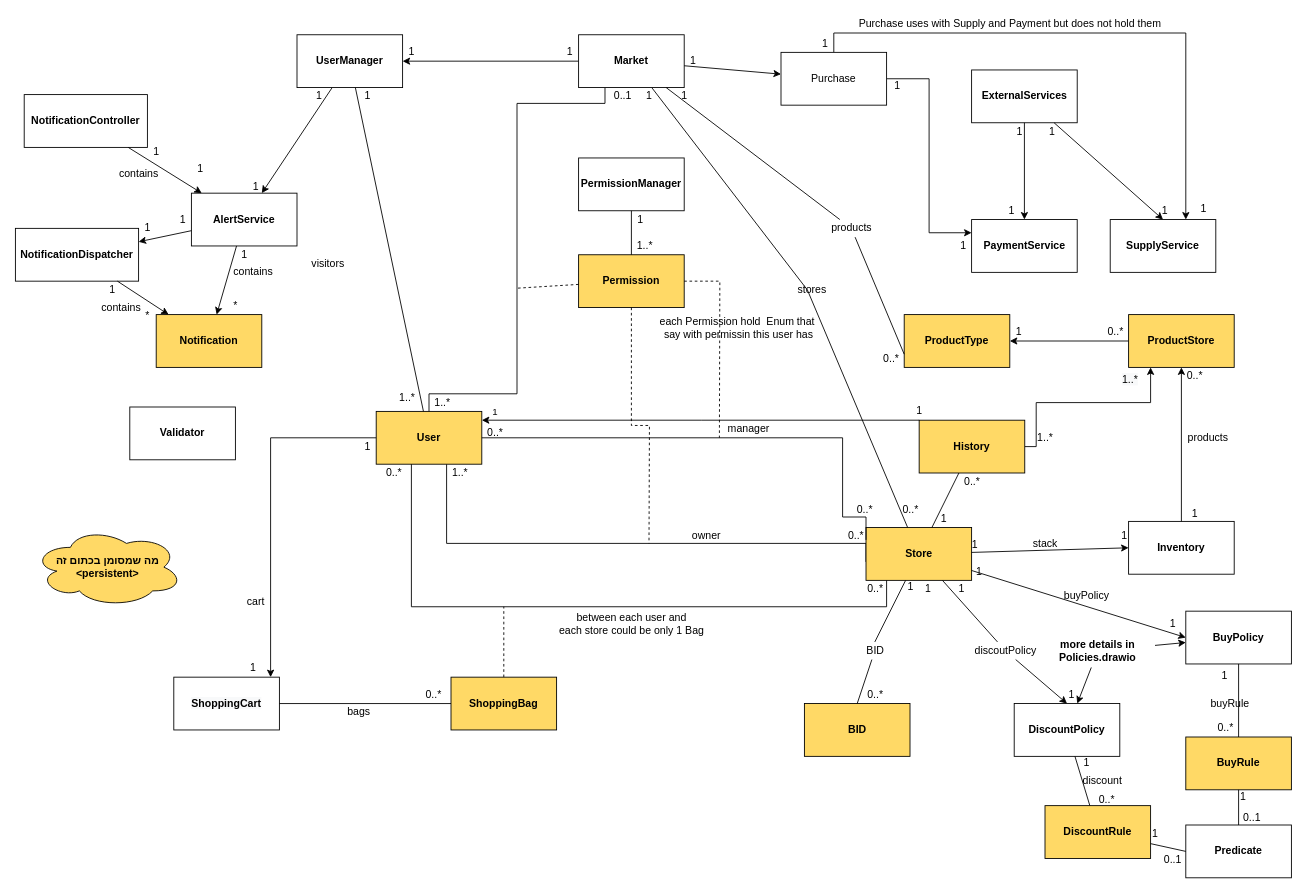
Above: Files/version 4 - files/white diagram.drawio in Sadna-Market/Market (draw.io), before the change. Source tidied: cells renumbered, new cells numbered last; positions are measured from the earlier drawing's top-left corner, leaving out a move shared by most shapes. Both pictures are drawn from the tidied source at 88%, with x=0, y=0 at pixel (15, 15).
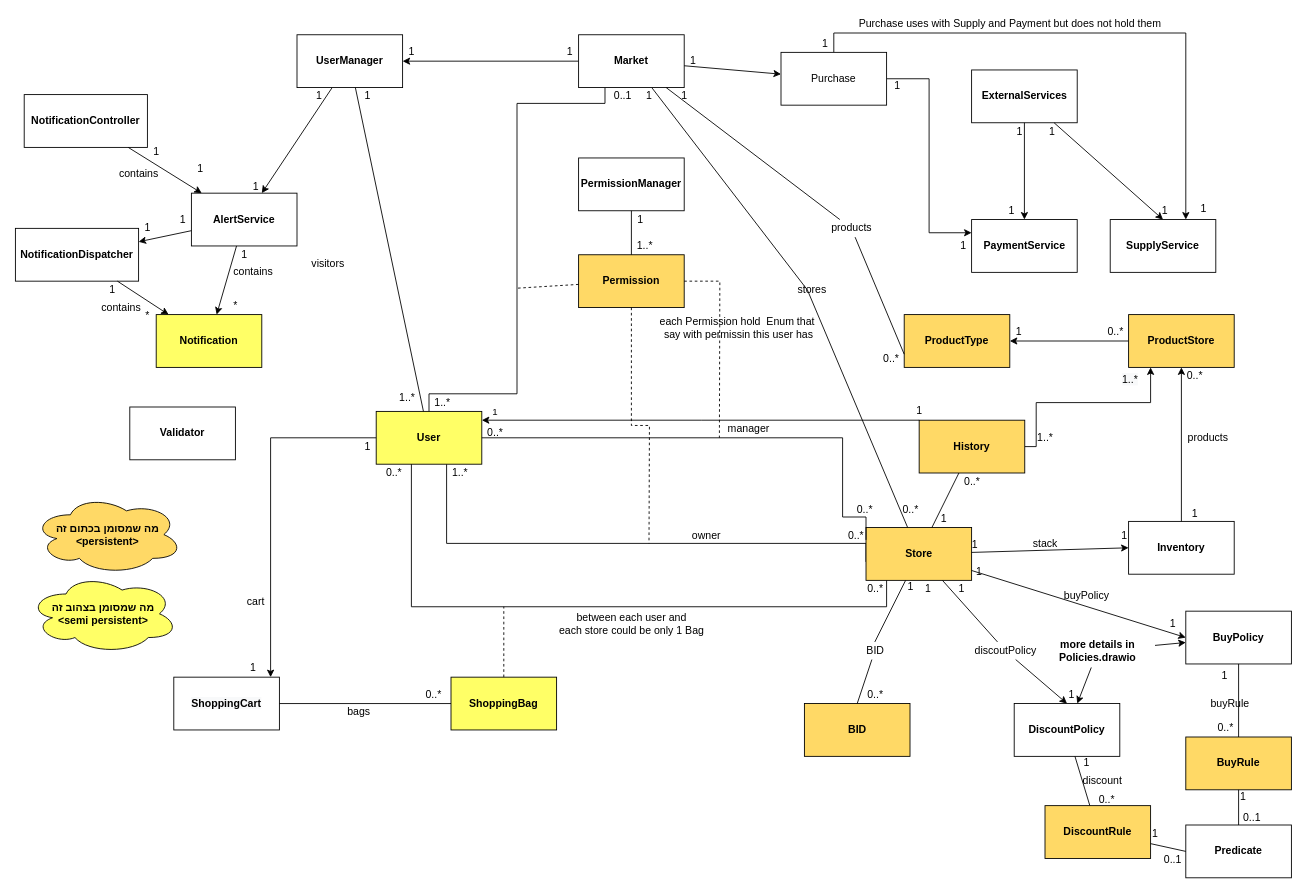
Above is the later version.

Commit message (it also covers changes not shown here):
update white diagram

The edit, as a diff of the source:
```diff
@@
-    <mxCell id="7" value="&lt;span style=&quot;font-weight: 700&quot;&gt;User&lt;/span&gt;" style="rounded=0;whiteSpace=wrap;html=1;fillColor=#FFD966;" parent="1" vertex="1">
+    <mxCell id="7" value="&lt;span style=&quot;font-weight: 700&quot;&gt;User&lt;/span&gt;" style="rounded=0;whiteSpace=wrap;html=1;fillColor=#FFFF66;" parent="1" vertex="1">
       <mxGeometry x="410" y="450" width="120" height="60" as="geometry" />
     </mxCell>
@@
-    <mxCell id="14" value="&lt;span style=&quot;font-weight: 700&quot;&gt;ShoppingBag&lt;/span&gt;" style="rounded=0;whiteSpace=wrap;html=1;fillColor=#FFD966;" parent="1" vertex="1">
+    <mxCell id="14" value="&lt;span style=&quot;font-weight: 700&quot;&gt;ShoppingBag&lt;/span&gt;" style="rounded=0;whiteSpace=wrap;html=1;fillColor=#FFFF66;" parent="1" vertex="1">
       <mxGeometry x="495" y="752" width="120" height="60" as="geometry" />
     </mxCell>
@@
-    <mxCell id="118" value="&lt;span style=&quot;font-weight: 700&quot;&gt;Notification&lt;/span&gt;" style="rounded=0;whiteSpace=wrap;html=1;fillColor=#FFD966;" parent="1" vertex="1">
+    <mxCell id="118" value="&lt;span style=&quot;font-weight: 700&quot;&gt;Notification&lt;/span&gt;" style="rounded=0;whiteSpace=wrap;html=1;fillColor=#FFFF66;" parent="1" vertex="1">
       <mxGeometry x="160" y="340" width="120" height="60" as="geometry" />
     </mxCell>
@@
     <mxCell id="160" value="&lt;b&gt;מה שמסומן בכתום זה&lt;br&gt;&amp;lt;persistent&amp;gt;&lt;/b&gt;" style="ellipse;shape=cloud;whiteSpace=wrap;html=1;fillColor=#FFD966;" parent="1" vertex="1">
-      <mxGeometry x="20" y="582" width="170" height="90" as="geometry" />
+      <mxGeometry x="20" y="545" width="170" height="90" as="geometry" />
     </mxCell>
+    <mxCell id="161" value="&lt;b&gt;מה שמסומן בצהוב זה&lt;br&gt;&amp;lt;semi persistent&amp;gt;&lt;/b&gt;" style="ellipse;shape=cloud;whiteSpace=wrap;html=1;fillColor=#FFFF66;" parent="1" vertex="1">
+      <mxGeometry x="15" y="635" width="170" height="90" as="geometry" />
+    </mxCell>
```
